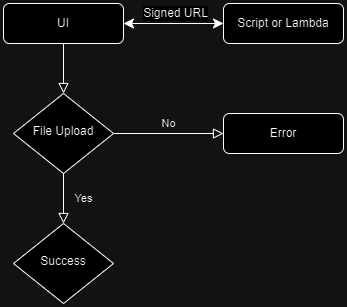
The draw.io diagram pre-signed-s3/diagram.png in bruno-g-galvan/redcloud-web-test, before a commit. Source tidied: cells renumbered, new cells last; positions are measured from the earlier drawing's top-left corner, leaving out a move shared by most shapes.
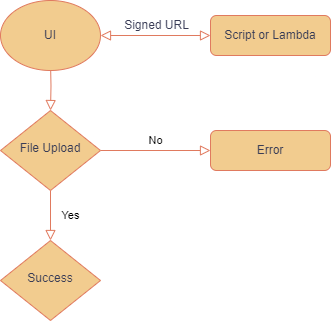
After the commit.

Diff of the diagram source:
```diff
@@ -2,37 +2,41 @@
   <root>
     <mxCell id="0" />
     <mxCell id="1" parent="0" />
-    <mxCell id="2" style="rounded=0;html=1;jettySize=auto;fontSize=11;endArrow=block;endFill=0;endSize=8;strokeWidth=1;shadow=0;labelBackgroundColor=none;edgeStyle=orthogonalEdgeStyle;" parent="1" edge="1" source="5" target="8">
-      <mxGeometry relative="1" as="geometry" />
+    <mxCell id="2" style="rounded=0;html=1;jettySize=auto;fontSize=11;endArrow=block;endFill=0;endSize=8;strokeWidth=1;shadow=0;labelBackgroundColor=none;edgeStyle=orthogonalEdgeStyle;strokeColor=#E07A5F;fontColor=default;" parent="1" edge="1" target="8">
+      <mxGeometry relative="1" as="geometry">
+        <mxPoint x="60" y="40" as="sourcePoint" />
+      </mxGeometry>
     </mxCell>
-    <mxCell id="3" style="edgeStyle=none;curved=1;rounded=0;jettySize=auto;html=1;fontSize=12;startSize=8;endSize=8;strokeColor=default;startArrow=classic;startFill=1;" parent="1" edge="1" source="5" target="11">
-      <mxGeometry relative="1" as="geometry" />
+    <mxCell id="3" style="edgeStyle=none;curved=1;rounded=0;jettySize=auto;html=1;fontSize=12;startSize=8;endSize=8;strokeColor=#E07A5F;startArrow=block;startFill=0;labelBackgroundColor=none;fontColor=default;endArrow=block;endFill=0;" parent="1" edge="1" target="11">
+      <mxGeometry relative="1" as="geometry">
+        <mxPoint x="110" y="15" as="sourcePoint" />
+      </mxGeometry>
     </mxCell>
-    <mxCell id="4" value="Signed URL" style="edgeLabel;html=1;align=center;verticalAlign=middle;fontSize=12;" parent="3" vertex="1">
+    <mxCell id="4" value="Signed URL" style="edgeLabel;html=1;align=center;verticalAlign=middle;fontSize=12;labelBackgroundColor=none;fontColor=#393C56;" parent="3" vertex="1">
       <mxGeometry x="-0.07" y="-2" relative="1" as="geometry">
         <mxPoint x="5" y="-12" as="offset" />
       </mxGeometry>
     </mxCell>
-    <mxCell id="5" value="UI" style="rounded=1;whiteSpace=wrap;html=1;fontSize=12;glass=0;strokeWidth=1;shadow=0;" parent="1" vertex="1">
-      <mxGeometry width="120" height="40" as="geometry" />
-    </mxCell>
-    <mxCell id="6" value="Yes" style="rounded=0;html=1;jettySize=auto;fontSize=11;endArrow=block;endFill=0;endSize=8;strokeWidth=1;shadow=0;labelBackgroundColor=none;edgeStyle=orthogonalEdgeStyle;" parent="1" edge="1" source="8" target="10">
+    <mxCell id="6" value="Yes" style="rounded=0;html=1;jettySize=auto;fontSize=11;endArrow=block;endFill=0;endSize=8;strokeWidth=1;shadow=0;labelBackgroundColor=none;edgeStyle=orthogonalEdgeStyle;strokeColor=#E07A5F;fontColor=default;" parent="1" edge="1" source="8" target="10">
       <mxGeometry y="20" relative="1" as="geometry" />
     </mxCell>
-    <mxCell id="7" value="No" style="edgeStyle=orthogonalEdgeStyle;rounded=0;html=1;jettySize=auto;fontSize=11;endArrow=block;endFill=0;endSize=8;strokeWidth=1;shadow=0;labelBackgroundColor=none;" parent="1" edge="1" source="8" target="9">
+    <mxCell id="7" value="No" style="edgeStyle=orthogonalEdgeStyle;rounded=0;html=1;jettySize=auto;fontSize=11;endArrow=block;endFill=0;endSize=8;strokeWidth=1;shadow=0;labelBackgroundColor=none;strokeColor=#E07A5F;fontColor=default;" parent="1" edge="1" source="8" target="9">
       <mxGeometry y="10" relative="1" as="geometry" />
     </mxCell>
-    <mxCell id="8" value="File Upload" style="rhombus;whiteSpace=wrap;html=1;shadow=0;fontFamily=Helvetica;fontSize=12;align=center;strokeWidth=1;spacing=6;spacingTop=-4;" parent="1" vertex="1">
+    <mxCell id="8" value="File Upload" style="rhombus;whiteSpace=wrap;html=1;shadow=0;fontFamily=Helvetica;fontSize=12;align=center;strokeWidth=1;spacing=6;spacingTop=-4;labelBackgroundColor=none;fillColor=#F2CC8F;strokeColor=#E07A5F;fontColor=#393C56;" parent="1" vertex="1">
       <mxGeometry x="10" y="90" width="100" height="80" as="geometry" />
     </mxCell>
-    <mxCell id="9" value="Error" style="rounded=1;whiteSpace=wrap;html=1;fontSize=12;glass=0;strokeWidth=1;shadow=0;" parent="1" vertex="1">
+    <mxCell id="9" value="Error" style="rounded=1;whiteSpace=wrap;html=1;fontSize=12;glass=0;strokeWidth=1;shadow=0;labelBackgroundColor=none;fillColor=#F2CC8F;strokeColor=#E07A5F;fontColor=#393C56;" parent="1" vertex="1">
       <mxGeometry x="220" y="110" width="120" height="40" as="geometry" />
     </mxCell>
-    <mxCell id="10" value="Success" style="rhombus;whiteSpace=wrap;html=1;shadow=0;fontFamily=Helvetica;fontSize=12;align=center;strokeWidth=1;spacing=6;spacingTop=-4;" parent="1" vertex="1">
+    <mxCell id="10" value="Success" style="rhombus;whiteSpace=wrap;html=1;shadow=0;fontFamily=Helvetica;fontSize=12;align=center;strokeWidth=1;spacing=6;spacingTop=-4;labelBackgroundColor=none;fillColor=#F2CC8F;strokeColor=#E07A5F;fontColor=#393C56;" parent="1" vertex="1">
       <mxGeometry x="10" y="220" width="100" height="80" as="geometry" />
     </mxCell>
-    <mxCell id="11" value="Script or Lambda" style="rounded=1;whiteSpace=wrap;html=1;fontSize=12;glass=0;strokeWidth=1;shadow=0;" parent="1" vertex="1">
-      <mxGeometry x="220" width="120" height="40" as="geometry" />
+    <mxCell id="11" value="Script or Lambda" style="rounded=1;whiteSpace=wrap;html=1;fontSize=12;glass=0;strokeWidth=1;shadow=0;labelBackgroundColor=none;fillColor=#F2CC8F;strokeColor=#E07A5F;fontColor=#393C56;" parent="1" vertex="1">
+      <mxGeometry x="220" y="-5" width="120" height="40" as="geometry" />
     </mxCell>
+    <mxCell id="5" value="UI" style="ellipse;whiteSpace=wrap;html=1;labelBackgroundColor=none;fillColor=#F2CC8F;strokeColor=#E07A5F;fontColor=#393C56;" parent="1" vertex="1">
+      <mxGeometry x="10" y="-20" width="100" height="70" as="geometry" />
+    </mxCell>
   </root>
 </mxGraphModel>
```
